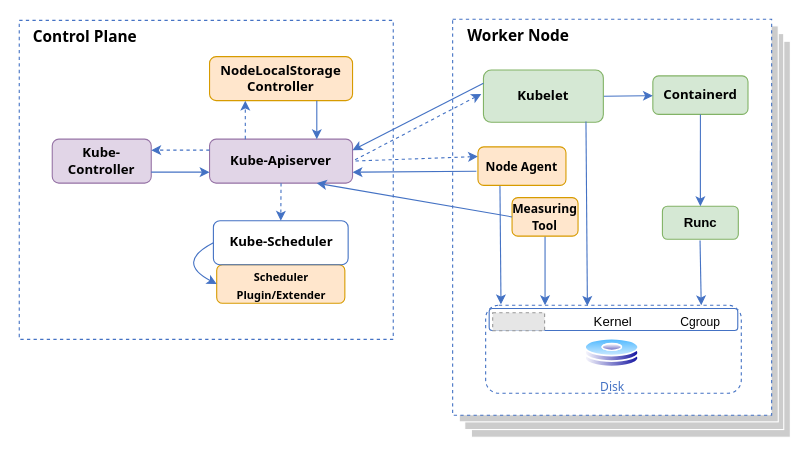
The draw.io diagram page "architectural flow for emptyDir" (10 of 11) of diagram/net_disk_io_design_v1.drawio in IntelOpen/kubernetes, before the edit. Source tidied: cells renumbered, new cells numbered last; positions are measured from the earlier drawing's top-left corner, leaving out a move shared by most shapes. Both pictures are drawn from the tidied source at 110%, with x=0, y=0 at pixel (19, 19). Pictures stored in the file or linked from it are replaced by grey dashed boxes.
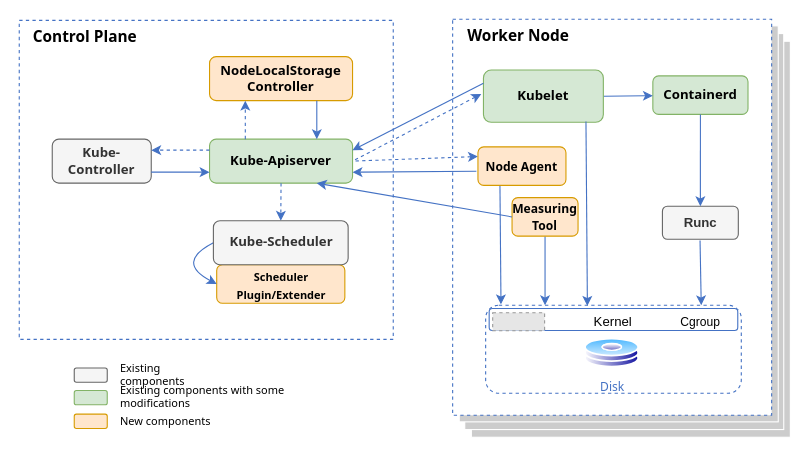
Above is the later version.

Change to the diagram source:
```diff
@@
-    <mxCell id="7" value="&lt;h3 style=&quot;font-size: 12px;&quot;&gt;&lt;font style=&quot;font-size: 12px;&quot;&gt;Kube-Apiserver&lt;/font&gt;&lt;/h3&gt;" style="rounded=1;whiteSpace=wrap;html=1;strokeColor=#9673a6;fillColor=#e1d5e7;fontSize=12;fontFamily=Tahoma;glass=0;" parent="1" vertex="1">
+    <mxCell id="7" value="&lt;h3 style=&quot;font-size: 12px;&quot;&gt;&lt;font style=&quot;font-size: 12px;&quot;&gt;Kube-Apiserver&lt;/font&gt;&lt;/h3&gt;" style="rounded=1;whiteSpace=wrap;html=1;strokeColor=#82b366;fillColor=#d5e8d4;fontSize=12;fontFamily=Tahoma;glass=0;" parent="1" vertex="1">
       <mxGeometry x="173" y="109" width="130" height="40" as="geometry" />
     </mxCell>
@@
-    <mxCell id="12" value="&lt;b&gt;Runc&lt;/b&gt;" style="rounded=1;whiteSpace=wrap;html=1;strokeColor=#82b366;fillColor=#d5e8d4;" parent="1" vertex="1">
+    <mxCell id="12" value="&lt;b&gt;Runc&lt;/b&gt;" style="rounded=1;whiteSpace=wrap;html=1;strokeColor=#666666;fillColor=#f5f5f5;fontColor=#333333;" parent="1" vertex="1">
       <mxGeometry x="584.7" y="170" width="69" height="30" as="geometry" />
     </mxCell>
@@
-    <mxCell id="28" value="&lt;h3 style=&quot;font-size: 12px;&quot;&gt;&lt;font face=&quot;Tahoma&quot; style=&quot;font-size: 12px;&quot;&gt;Kube-Scheduler&lt;/font&gt;&lt;/h3&gt;" style="rounded=1;whiteSpace=wrap;html=1;strokeColor=#4472C4;fillColor=none;fontSize=12;" parent="1" vertex="1">
+    <mxCell id="28" value="&lt;h3 style=&quot;font-size: 12px;&quot;&gt;&lt;font face=&quot;Tahoma&quot; style=&quot;font-size: 12px;&quot;&gt;Kube-Scheduler&lt;/font&gt;&lt;/h3&gt;" style="rounded=1;whiteSpace=wrap;html=1;strokeColor=#666666;fillColor=#f5f5f5;fontSize=12;fontColor=#333333;" parent="1" vertex="1">
       <mxGeometry x="176.5" y="183.2" width="122.5" height="40" as="geometry" />
     </mxCell>
@@
-    <mxCell id="33" value="&lt;h3 style=&quot;font-size: 12px;&quot;&gt;&lt;font face=&quot;Tahoma&quot; style=&quot;font-size: 12px;&quot;&gt;Kube-Controller&lt;/font&gt;&lt;/h3&gt;" style="rounded=1;whiteSpace=wrap;html=1;strokeColor=#9673a6;fillColor=#e1d5e7;fontSize=12;" parent="1" vertex="1">
+    <mxCell id="33" value="&lt;h3 style=&quot;font-size: 12px;&quot;&gt;&lt;font face=&quot;Tahoma&quot; style=&quot;font-size: 12px;&quot;&gt;Kube-Controller&lt;/font&gt;&lt;/h3&gt;" style="rounded=1;whiteSpace=wrap;html=1;strokeColor=#666666;fillColor=#f5f5f5;fontSize=12;fontColor=#333333;" parent="1" vertex="1">
       <mxGeometry x="30" y="109" width="90" height="40" as="geometry" />
     </mxCell>
@@
+    <mxCell id="41" value="&lt;h3 style=&quot;font-size: 12px;&quot;&gt;&lt;br&gt;&lt;/h3&gt;" style="rounded=1;whiteSpace=wrap;html=1;strokeColor=#666666;fillColor=#f5f5f5;fontSize=12;fontColor=#333333;" parent="1" vertex="1">
+      <mxGeometry x="50" y="317" width="30" height="13" as="geometry" />
+    </mxCell>
+    <mxCell id="42" value="Existing components" style="text;html=1;strokeColor=none;fillColor=none;align=left;verticalAlign=middle;whiteSpace=wrap;rounded=0;fontFamily=Tahoma;fontSize=10;" parent="1" vertex="1">
+      <mxGeometry x="90" y="306.5" width="100" height="30" as="geometry" />
+    </mxCell>
+    <mxCell id="43" value="&lt;h3 style=&quot;font-size: 12px;&quot;&gt;&lt;br&gt;&lt;/h3&gt;" style="rounded=1;whiteSpace=wrap;html=1;strokeColor=#82b366;fillColor=#d5e8d4;fontSize=12;" parent="1" vertex="1">
+      <mxGeometry x="50" y="337.5" width="30" height="13" as="geometry" />
+    </mxCell>
+    <mxCell id="44" value="Existing components with some modifications" style="text;html=1;strokeColor=none;fillColor=none;align=left;verticalAlign=middle;whiteSpace=wrap;rounded=0;fontFamily=Tahoma;fontSize=10;" parent="1" vertex="1">
+      <mxGeometry x="90" y="327" width="210" height="30" as="geometry" />
+    </mxCell>
+    <mxCell id="45" value="&lt;h3 style=&quot;font-size: 12px;&quot;&gt;&lt;br&gt;&lt;/h3&gt;" style="rounded=1;whiteSpace=wrap;html=1;strokeColor=#d79b00;fillColor=#ffe6cc;fontSize=12;" parent="1" vertex="1">
+      <mxGeometry x="50" y="359" width="30" height="13" as="geometry" />
+    </mxCell>
+    <mxCell id="46" value="New components" style="text;html=1;strokeColor=none;fillColor=none;align=left;verticalAlign=middle;whiteSpace=wrap;rounded=0;fontFamily=Tahoma;fontSize=10;" parent="1" vertex="1">
+      <mxGeometry x="90" y="348.5" width="210" height="30" as="geometry" />
+    </mxCell>
```
